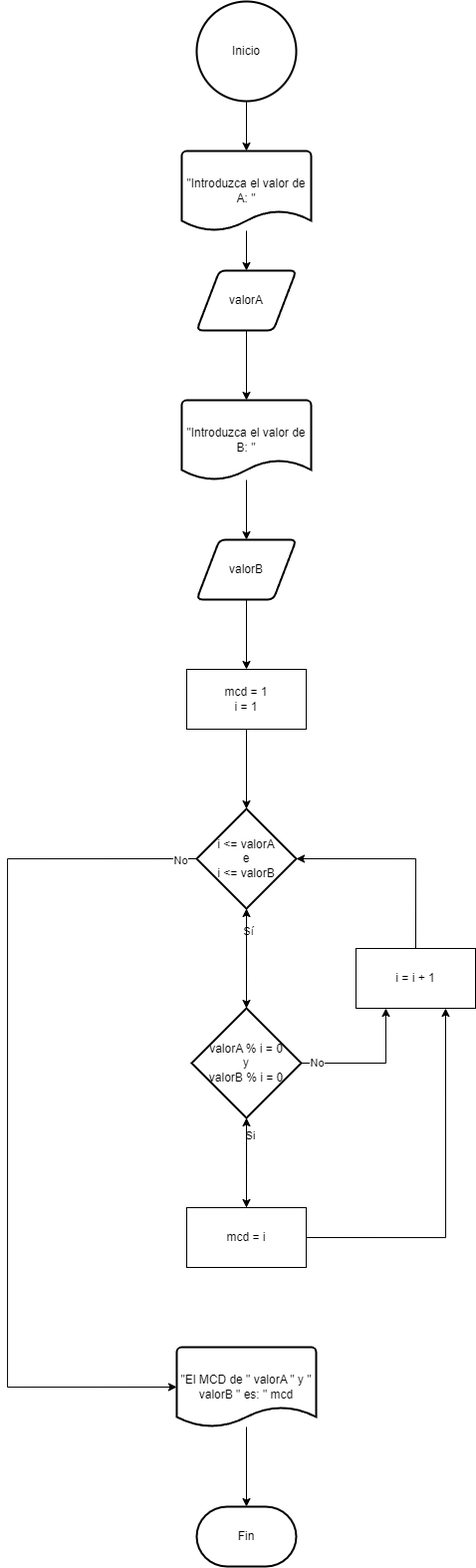
Above: unidad-1/tareas/Tarea3/images/diagrama-tarea3-02.png in mackstm/programacion (draw.io), before the change. Source tidied: cells renumbered, new cells last; positions are measured from the earlier drawing's top-left corner, leaving out a move shared by most shapes. Its diagram source:
```xml
<mxGraphModel background="#ffffff">
  <root>
    <mxCell id="0" />
    <mxCell id="1" parent="0" />
    <mxCell id="2" value="Inicio" style="strokeWidth=2;html=1;shape=mxgraph.flowchart.start_2;whiteSpace=wrap;" parent="1" vertex="1">
      <mxGeometry x="190" width="100" height="100" as="geometry" />
    </mxCell>
    <mxCell id="3" style="edgeStyle=orthogonalEdgeStyle;rounded=0;jettySize=auto;html=1;entryX=0.5;entryY=0;entryDx=0;entryDy=0;" parent="1" edge="1" source="4" target="6">
      <mxGeometry relative="1" as="geometry" />
    </mxCell>
    <mxCell id="4" value="&quot;Introduzca el valor de A: &quot;" style="strokeWidth=2;html=1;shape=mxgraph.flowchart.document2;whiteSpace=wrap;size=0.25;" parent="1" vertex="1">
      <mxGeometry x="175" y="150" width="130" height="80" as="geometry" />
    </mxCell>
    <mxCell id="5" style="edgeStyle=orthogonalEdgeStyle;rounded=0;jettySize=auto;html=1;entryX=0.5;entryY=0;entryDx=0;entryDy=0;entryPerimeter=0;" parent="1" edge="1" source="2" target="4">
      <mxGeometry relative="1" as="geometry" />
    </mxCell>
    <mxCell id="6" value="valorA" style="shape=parallelogram;html=1;strokeWidth=2;perimeter=parallelogramPerimeter;whiteSpace=wrap;rounded=1;arcSize=12;size=0.23;" parent="1" vertex="1">
      <mxGeometry x="190" y="270" width="100" height="60" as="geometry" />
    </mxCell>
    <mxCell id="7" style="edgeStyle=orthogonalEdgeStyle;rounded=0;jettySize=auto;html=1;entryX=0.5;entryY=0;entryDx=0;entryDy=0;" parent="1" edge="1" source="8" target="11">
      <mxGeometry relative="1" as="geometry" />
    </mxCell>
    <mxCell id="8" value="&quot;Introduzca el valor de B: &quot;" style="strokeWidth=2;html=1;shape=mxgraph.flowchart.document2;whiteSpace=wrap;size=0.25;" parent="1" vertex="1">
      <mxGeometry x="175" y="400" width="130" height="80" as="geometry" />
    </mxCell>
    <mxCell id="9" style="edgeStyle=orthogonalEdgeStyle;rounded=0;jettySize=auto;html=1;entryX=0.5;entryY=0;entryDx=0;entryDy=0;entryPerimeter=0;" parent="1" edge="1" source="6" target="8">
      <mxGeometry relative="1" as="geometry" />
    </mxCell>
    <mxCell id="10" style="edgeStyle=orthogonalEdgeStyle;rounded=0;jettySize=auto;html=1;entryX=0.5;entryY=0;entryDx=0;entryDy=0;" parent="1" edge="1" source="11" target="12">
      <mxGeometry relative="1" as="geometry" />
    </mxCell>
    <mxCell id="11" value="valorB" style="shape=parallelogram;html=1;strokeWidth=2;perimeter=parallelogramPerimeter;whiteSpace=wrap;rounded=1;arcSize=12;size=0.23;" parent="1" vertex="1">
      <mxGeometry x="190" y="540" width="100" height="60" as="geometry" />
    </mxCell>
    <mxCell id="12" value="mcd = 1&lt;br&gt;i = 1" style="rounded=0;whiteSpace=wrap;html=1;" parent="1" vertex="1">
      <mxGeometry x="180" y="670" width="120" height="60" as="geometry" />
    </mxCell>
    <mxCell id="13" style="edgeStyle=orthogonalEdgeStyle;rounded=0;jettySize=auto;html=1;exitX=0;exitY=0.5;exitDx=0;exitDy=0;exitPerimeter=0;entryX=0;entryY=0.5;entryDx=0;entryDy=0;entryPerimeter=0;" parent="1" edge="1" source="17" target="19">
      <mxGeometry relative="1" as="geometry">
        <Array as="points">
          <mxPoint y="860" />
          <mxPoint y="1390" />
        </Array>
      </mxGeometry>
    </mxCell>
    <mxCell id="14" value="No" style="edgeLabel;html=1;align=center;verticalAlign=middle;" parent="13" vertex="1">
      <mxGeometry x="-0.96" y="1" relative="1" as="geometry" />
    </mxCell>
    <mxCell id="15" style="edgeStyle=orthogonalEdgeStyle;rounded=0;jettySize=auto;html=1;" parent="1" edge="1" source="17">
      <mxGeometry relative="1" as="geometry">
        <mxPoint x="240" y="1010" as="targetPoint" />
      </mxGeometry>
    </mxCell>
    <mxCell id="16" value="Sí" style="edgeLabel;html=1;align=center;verticalAlign=middle;" parent="15" vertex="1">
      <mxGeometry x="-0.55" y="1" relative="1" as="geometry" />
    </mxCell>
    <mxCell id="17" value="i &amp;lt;= valorA&lt;br&gt;e&lt;br&gt;i &amp;lt;= valorB" style="strokeWidth=2;html=1;shape=mxgraph.flowchart.decision;whiteSpace=wrap;" parent="1" vertex="1">
      <mxGeometry x="190" y="810" width="100" height="100" as="geometry" />
    </mxCell>
    <mxCell id="18" style="edgeStyle=orthogonalEdgeStyle;rounded=0;jettySize=auto;html=1;entryX=0.5;entryY=0;entryDx=0;entryDy=0;entryPerimeter=0;" parent="1" edge="1" source="12" target="17">
      <mxGeometry relative="1" as="geometry" />
    </mxCell>
    <mxCell id="19" value="&quot;El MCD de &quot; valorA &quot; y &quot; valorB &quot; es: &quot; mcd" style="strokeWidth=2;html=1;shape=mxgraph.flowchart.document2;whiteSpace=wrap;size=0.25;" parent="1" vertex="1">
      <mxGeometry x="170" y="1350" width="140" height="80" as="geometry" />
    </mxCell>
    <mxCell id="20" style="edgeStyle=orthogonalEdgeStyle;rounded=0;jettySize=auto;html=1;exitX=0.5;exitY=0;exitDx=0;exitDy=0;exitPerimeter=0;" parent="1" edge="1" source="25" target="17">
      <mxGeometry relative="1" as="geometry" />
    </mxCell>
    <mxCell id="21" style="edgeStyle=orthogonalEdgeStyle;rounded=0;jettySize=auto;html=1;" parent="1" edge="1" source="25">
      <mxGeometry relative="1" as="geometry">
        <mxPoint x="240" y="1210" as="targetPoint" />
      </mxGeometry>
    </mxCell>
    <mxCell id="22" value="Si" style="edgeLabel;html=1;align=center;verticalAlign=middle;" parent="21" vertex="1">
      <mxGeometry x="-0.6" y="3" relative="1" as="geometry" />
    </mxCell>
    <mxCell id="23" style="edgeStyle=orthogonalEdgeStyle;rounded=0;jettySize=auto;html=1;exitX=1;exitY=0.5;exitDx=0;exitDy=0;exitPerimeter=0;entryX=0.25;entryY=1;entryDx=0;entryDy=0;" parent="1" edge="1" source="25" target="27">
      <mxGeometry relative="1" as="geometry" />
    </mxCell>
    <mxCell id="24" value="No" style="edgeLabel;html=1;align=center;verticalAlign=middle;" parent="23" vertex="1">
      <mxGeometry x="-0.79" y="1" relative="1" as="geometry" />
    </mxCell>
    <mxCell id="25" value="valorA % i = 0&lt;br&gt;y&lt;br&gt;valorB % i = 0" style="strokeWidth=2;html=1;shape=mxgraph.flowchart.decision;whiteSpace=wrap;" parent="1" vertex="1">
      <mxGeometry x="185" y="1010" width="110" height="110" as="geometry" />
    </mxCell>
    <mxCell id="26" style="edgeStyle=orthogonalEdgeStyle;rounded=0;jettySize=auto;html=1;exitX=0.5;exitY=0;exitDx=0;exitDy=0;entryX=1;entryY=0.5;entryDx=0;entryDy=0;entryPerimeter=0;" parent="1" edge="1" source="27" target="17">
      <mxGeometry relative="1" as="geometry" />
    </mxCell>
    <mxCell id="27" value="i = i + 1" style="rounded=0;whiteSpace=wrap;html=1;" parent="1" vertex="1">
      <mxGeometry x="350" y="950" width="120" height="60" as="geometry" />
    </mxCell>
    <mxCell id="28" style="edgeStyle=orthogonalEdgeStyle;rounded=0;jettySize=auto;html=1;exitX=0.5;exitY=0;exitDx=0;exitDy=0;" parent="1" edge="1" source="30" target="25">
      <mxGeometry relative="1" as="geometry" />
    </mxCell>
    <mxCell id="29" style="edgeStyle=orthogonalEdgeStyle;rounded=0;jettySize=auto;html=1;exitX=1;exitY=0.5;exitDx=0;exitDy=0;entryX=0.75;entryY=1;entryDx=0;entryDy=0;" parent="1" edge="1" source="30" target="27">
      <mxGeometry relative="1" as="geometry" />
    </mxCell>
    <mxCell id="30" value="mcd = i" style="rounded=0;whiteSpace=wrap;html=1;" parent="1" vertex="1">
      <mxGeometry x="180" y="1210" width="120" height="60" as="geometry" />
    </mxCell>
    <mxCell id="31" value="Fin" style="strokeWidth=2;html=1;shape=mxgraph.flowchart.terminator;whiteSpace=wrap;" parent="1" vertex="1">
      <mxGeometry x="190" y="1510" width="100" height="60" as="geometry" />
    </mxCell>
    <mxCell id="32" style="edgeStyle=orthogonalEdgeStyle;rounded=0;jettySize=auto;html=1;entryX=0.5;entryY=0;entryDx=0;entryDy=0;entryPerimeter=0;" parent="1" edge="1" source="19" target="31">
      <mxGeometry relative="1" as="geometry" />
    </mxCell>
  </root>
</mxGraphModel>
```
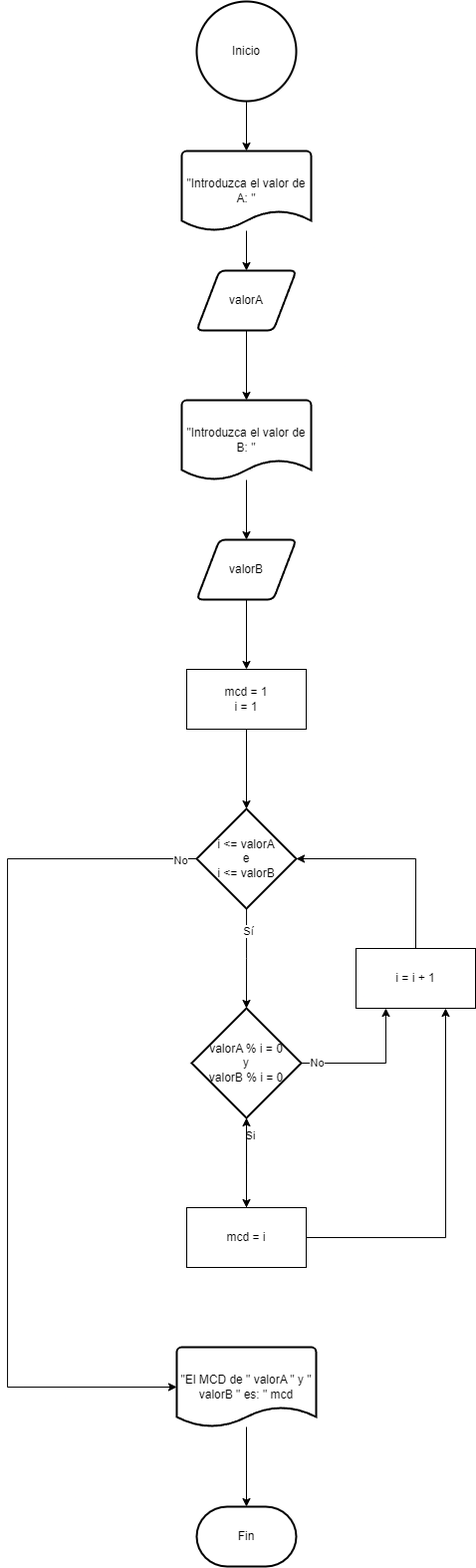
After the commit.

The edit, as a diff of the source:
```diff
@@ -63,9 +63,6 @@
     <mxCell id="19" value="&quot;El MCD de &quot; valorA &quot; y &quot; valorB &quot; es: &quot; mcd" style="strokeWidth=2;html=1;shape=mxgraph.flowchart.document2;whiteSpace=wrap;size=0.25;" parent="1" vertex="1">
       <mxGeometry x="170" y="1350" width="140" height="80" as="geometry" />
     </mxCell>
-    <mxCell id="20" style="edgeStyle=orthogonalEdgeStyle;rounded=0;jettySize=auto;html=1;exitX=0.5;exitY=0;exitDx=0;exitDy=0;exitPerimeter=0;" parent="1" edge="1" source="25" target="17">
-      <mxGeometry relative="1" as="geometry" />
-    </mxCell>
     <mxCell id="21" style="edgeStyle=orthogonalEdgeStyle;rounded=0;jettySize=auto;html=1;" parent="1" edge="1" source="25">
       <mxGeometry relative="1" as="geometry">
         <mxPoint x="240" y="1210" as="targetPoint" />
```
